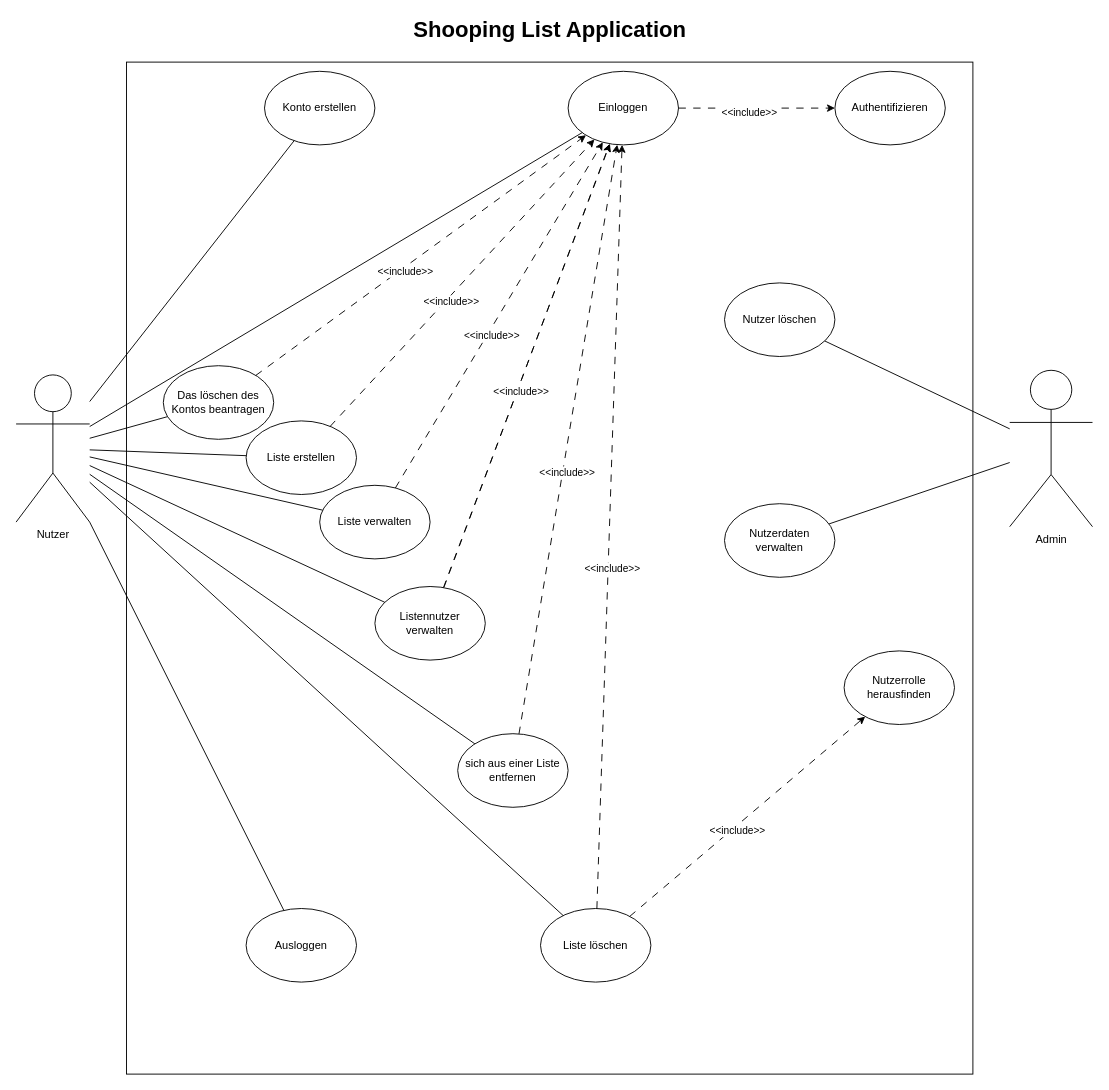
Earlier version of the draw.io diagram UseCase.drawio (BS-Portfolio/DotShoppingList). Source tidied: cells renumbered, new cells numbered last; positions are measured from the earlier drawing's top-left corner, leaving out a move shared by most shapes. Both pictures are drawn from the tidied source at 92%, with x=0, y=0 at pixel (16, 16).
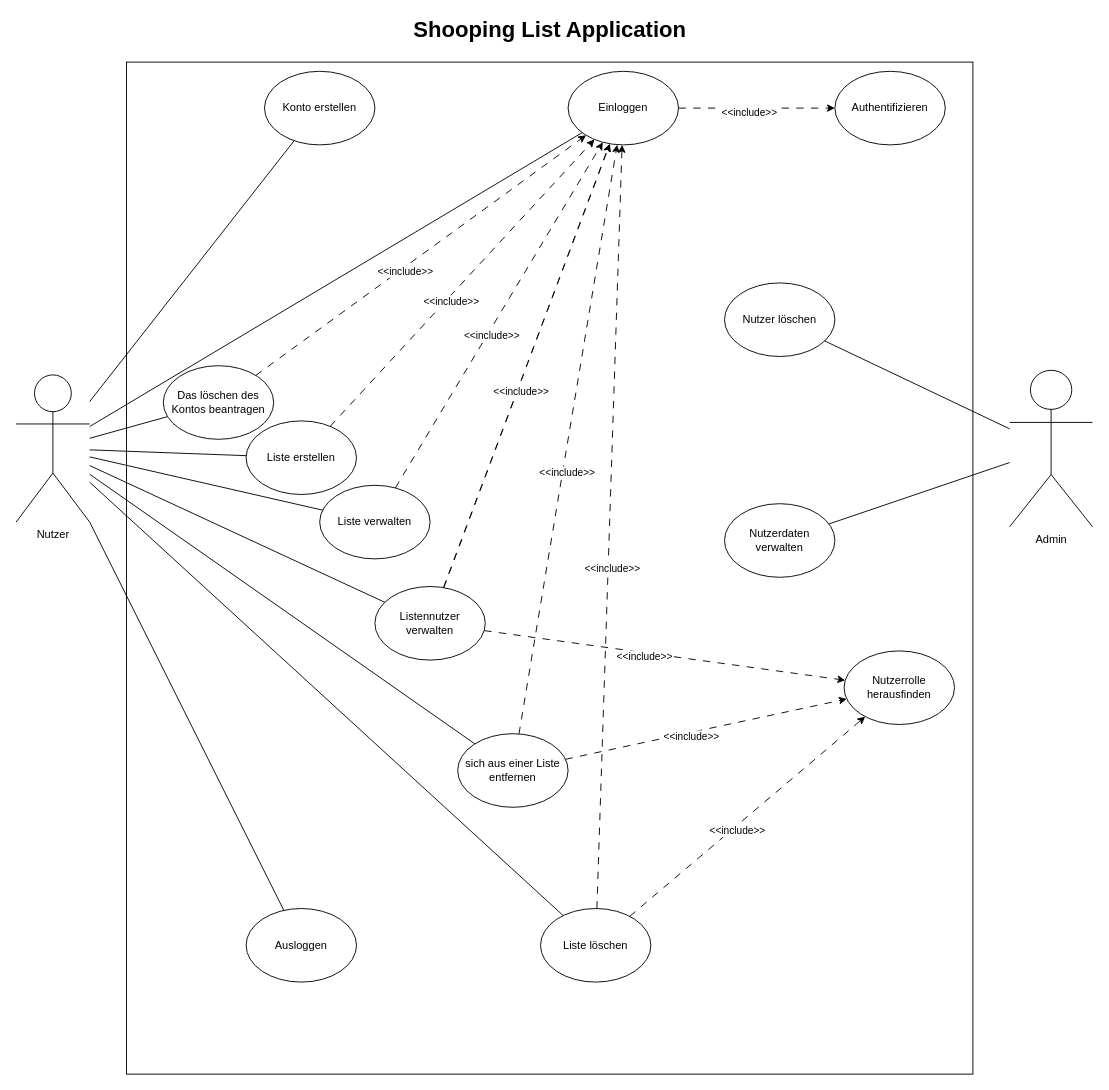
The same diagram, later.

Unchanged cells that the change refers to:
```xml
<mxCell id="23" value="Nutzerrolle herausfinden" style="ellipse;whiteSpace=wrap;html=1;" parent="1" vertex="1">
  <mxGeometry x="900" y="690" width="120" height="80" as="geometry" />
</mxCell>
<mxCell id="38" value="Listennutzer verwalten" style="ellipse;whiteSpace=wrap;html=1;" parent="1" vertex="1">
  <mxGeometry x="390" y="620" width="120" height="80" as="geometry" />
</mxCell>
<mxCell id="42" value="sich aus einer Liste entfernen" style="ellipse;whiteSpace=wrap;html=1;" parent="1" vertex="1">
  <mxGeometry x="480" y="780" width="120" height="80" as="geometry" />
</mxCell>
```

Diff of the diagram source:
```diff
@@
+    <mxCell id="48" style="endArrow=classic;rounded=0;dashed=1;dashPattern=8 8;" parent="1" edge="1" source="38" target="23">
+      <mxGeometry relative="1" as="geometry" />
+    </mxCell>
+    <mxCell id="49" value="&amp;lt;&amp;lt;include&amp;gt;&amp;gt;" style="edgeLabel;html=1;align=center;verticalAlign=middle;" parent="48" vertex="1">
+      <mxGeometry x="-0.11" y="-4" relative="1" as="geometry" />
+    </mxCell>
+    <mxCell id="50" style="endArrow=classic;rounded=0;dashed=1;dashPattern=8 8;" parent="1" edge="1" source="42" target="23">
+      <mxGeometry relative="1" as="geometry" />
+    </mxCell>
+    <mxCell id="51" value="&amp;lt;&amp;lt;include&amp;gt;&amp;gt;" style="edgeLabel;html=1;align=center;verticalAlign=middle;" parent="50" vertex="1">
+      <mxGeometry x="-0.11" y="-4" relative="1" as="geometry" />
+    </mxCell>
```
